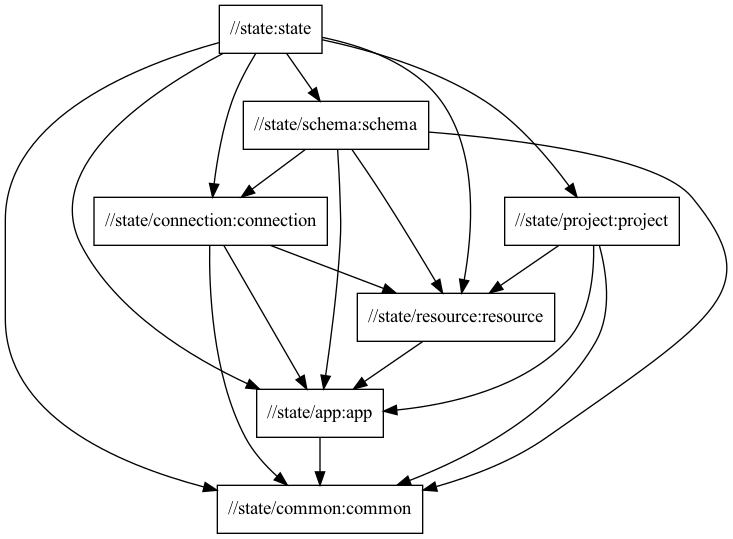
Above: docs/state-package-structure.png in typedb/typedb-studio (Graphviz), before the change. Its source is kept beside it as docs/state-package-structure.dot.
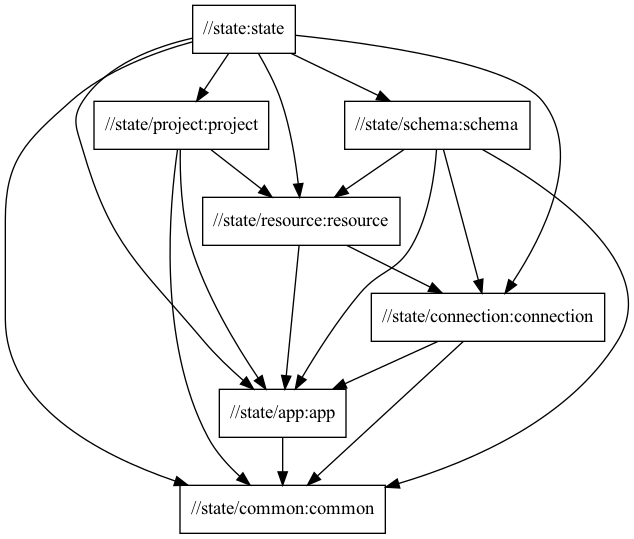
Later version of the same file.

Change to the diagram source:
```diff
@@ -16,12 +16,12 @@
   "//state/project:project" -> "//state/app:app"
   "//state/project:project" -> "//state/common:common"
   "//state/project:project" -> "//state/resource:resource"
+  "//state/resource:resource"
+  "//state/resource:resource" -> "//state/app:app"
+  "//state/resource:resource" -> "//state/connection:connection"
   "//state/connection:connection"
   "//state/connection:connection" -> "//state/app:app"
   "//state/connection:connection" -> "//state/common:common"
-  "//state/connection:connection" -> "//state/resource:resource"
-  "//state/resource:resource"
-  "//state/resource:resource" -> "//state/app:app"
   "//state/app:app"
   "//state/app:app" -> "//state/common:common"
   "//state/common:common"
```
